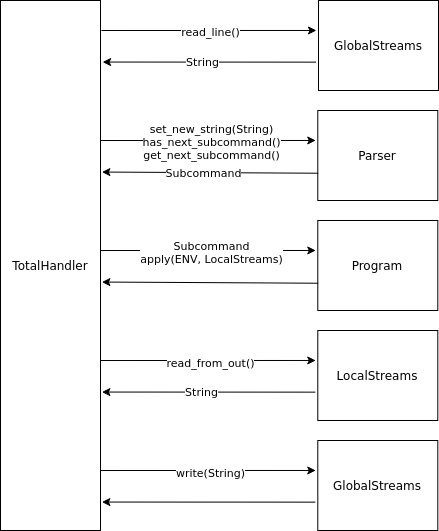
The draw.io diagram bash/diagrams/control_transfer.png in ruthenium96/architecture2022, before a commit. Source tidied: cells renumbered, new cells last; positions are measured from the earlier drawing's top-left corner, leaving out a move shared by most shapes. Source of this version:
```xml
<mxGraphModel>
  <root>
    <mxCell id="0" />
    <mxCell id="1" parent="0" />
    <mxCell id="2" value="TotalHandler" style="rounded=0;whiteSpace=wrap;html=1;" parent="1" vertex="1">
      <mxGeometry width="100" height="530" as="geometry" />
    </mxCell>
    <mxCell id="3" value="GlobalStreams" style="rounded=0;whiteSpace=wrap;html=1;" parent="1" vertex="1">
      <mxGeometry x="318" width="120" height="90" as="geometry" />
    </mxCell>
    <mxCell id="4" style="endArrow=classic;html=1;entryX=-0.017;entryY=0.333;entryDx=0;entryDy=0;entryPerimeter=0;" parent="1" edge="1" target="3">
      <mxGeometry relative="1" as="geometry">
        <mxPoint x="101" y="30" as="sourcePoint" />
      </mxGeometry>
    </mxCell>
    <mxCell id="5" value="read_line()" style="edgeLabel;html=1;align=center;verticalAlign=middle;" parent="4" vertex="1">
      <mxGeometry x="-0.4" y="-2" relative="1" as="geometry">
        <mxPoint x="44" as="offset" />
      </mxGeometry>
    </mxCell>
    <mxCell id="6" style="endArrow=classic;html=1;entryX=1.021;entryY=0.212;entryDx=0;entryDy=0;entryPerimeter=0;exitX=-0.02;exitY=0.685;exitDx=0;exitDy=0;exitPerimeter=0;" parent="1" edge="1" source="3">
      <mxGeometry relative="1" as="geometry">
        <mxPoint x="102.1" y="61.6" as="targetPoint" />
      </mxGeometry>
    </mxCell>
    <mxCell id="7" value="String" style="edgeLabel;html=1;align=center;verticalAlign=middle;" parent="6" vertex="1">
      <mxGeometry x="0.07" relative="1" as="geometry" />
    </mxCell>
    <mxCell id="8" value="Parser" style="rounded=0;whiteSpace=wrap;html=1;" parent="1" vertex="1">
      <mxGeometry x="317.3" y="110" width="120" height="90" as="geometry" />
    </mxCell>
    <mxCell id="9" style="endArrow=classic;html=1;exitX=1.007;exitY=0.079;exitDx=0;exitDy=0;exitPerimeter=0;entryX=-0.017;entryY=0.333;entryDx=0;entryDy=0;entryPerimeter=0;" parent="1" edge="1" target="8">
      <mxGeometry relative="1" as="geometry">
        <mxPoint x="100" y="140" as="sourcePoint" />
      </mxGeometry>
    </mxCell>
    <mxCell id="10" value="&lt;br&gt;" style="edgeLabel;html=1;align=center;verticalAlign=middle;" parent="9" vertex="1">
      <mxGeometry x="-0.61" y="-3" relative="1" as="geometry" />
    </mxCell>
    <mxCell id="11" value="set_new_string(String)&lt;br&gt;has_next_subcommand()&lt;br&gt;get_next_subcommand()" style="edgeLabel;html=1;align=center;verticalAlign=middle;" parent="9" vertex="1">
      <mxGeometry x="0.19" y="-2" relative="1" as="geometry">
        <mxPoint x="-18" as="offset" />
      </mxGeometry>
    </mxCell>
    <mxCell id="12" style="endArrow=classic;html=1;entryX=1.021;entryY=0.212;entryDx=0;entryDy=0;entryPerimeter=0;exitX=0.003;exitY=0.697;exitDx=0;exitDy=0;exitPerimeter=0;" parent="1" edge="1" source="8">
      <mxGeometry relative="1" as="geometry">
        <mxPoint x="101.4" y="171.6" as="targetPoint" />
      </mxGeometry>
    </mxCell>
    <mxCell id="13" value="Subcommand" style="edgeLabel;html=1;align=center;verticalAlign=middle;" parent="12" vertex="1">
      <mxGeometry x="0.07" relative="1" as="geometry">
        <mxPoint x="1" as="offset" />
      </mxGeometry>
    </mxCell>
    <mxCell id="14" value="Program" style="rounded=0;whiteSpace=wrap;html=1;" parent="1" vertex="1">
      <mxGeometry x="317.3" y="220" width="120" height="90" as="geometry" />
    </mxCell>
    <mxCell id="15" style="endArrow=classic;html=1;exitX=1.007;exitY=0.079;exitDx=0;exitDy=0;exitPerimeter=0;entryX=-0.017;entryY=0.333;entryDx=0;entryDy=0;entryPerimeter=0;" parent="1" edge="1" target="14">
      <mxGeometry relative="1" as="geometry">
        <mxPoint x="100" y="250" as="sourcePoint" />
      </mxGeometry>
    </mxCell>
    <mxCell id="16" value="&lt;br&gt;" style="edgeLabel;html=1;align=center;verticalAlign=middle;" parent="15" vertex="1">
      <mxGeometry x="-0.61" y="-3" relative="1" as="geometry" />
    </mxCell>
    <mxCell id="17" value="Subcommand&lt;br&gt;apply(ENV, LocalStreams)" style="edgeLabel;html=1;align=center;verticalAlign=middle;" parent="15" vertex="1">
      <mxGeometry x="0.19" y="-2" relative="1" as="geometry">
        <mxPoint x="-18" as="offset" />
      </mxGeometry>
    </mxCell>
    <mxCell id="18" style="endArrow=classic;html=1;entryX=1.021;entryY=0.212;entryDx=0;entryDy=0;entryPerimeter=0;exitX=0.003;exitY=0.697;exitDx=0;exitDy=0;exitPerimeter=0;" parent="1" edge="1" source="14">
      <mxGeometry relative="1" as="geometry">
        <mxPoint x="101.4" y="281.6" as="targetPoint" />
      </mxGeometry>
    </mxCell>
    <mxCell id="19" value="LocalStreams" style="rounded=0;whiteSpace=wrap;html=1;" parent="1" vertex="1">
      <mxGeometry x="317.3" y="330" width="120" height="90" as="geometry" />
    </mxCell>
    <mxCell id="20" style="endArrow=classic;html=1;exitX=1.007;exitY=0.079;exitDx=0;exitDy=0;exitPerimeter=0;entryX=-0.017;entryY=0.333;entryDx=0;entryDy=0;entryPerimeter=0;" parent="1" edge="1" target="19">
      <mxGeometry relative="1" as="geometry">
        <mxPoint x="100" y="360" as="sourcePoint" />
      </mxGeometry>
    </mxCell>
    <mxCell id="21" value="read_from_out()" style="edgeLabel;html=1;align=center;verticalAlign=middle;" parent="20" vertex="1">
      <mxGeometry x="-0.4" y="-2" relative="1" as="geometry">
        <mxPoint x="44" as="offset" />
      </mxGeometry>
    </mxCell>
    <mxCell id="22" style="endArrow=classic;html=1;entryX=1.021;entryY=0.212;entryDx=0;entryDy=0;entryPerimeter=0;exitX=-0.02;exitY=0.685;exitDx=0;exitDy=0;exitPerimeter=0;" parent="1" edge="1" source="19">
      <mxGeometry relative="1" as="geometry">
        <mxPoint x="101.4" y="391.6" as="targetPoint" />
      </mxGeometry>
    </mxCell>
    <mxCell id="23" value="String" style="edgeLabel;html=1;align=center;verticalAlign=middle;" parent="22" vertex="1">
      <mxGeometry x="0.07" relative="1" as="geometry" />
    </mxCell>
    <mxCell id="24" value="GlobalStreams" style="rounded=0;whiteSpace=wrap;html=1;" parent="1" vertex="1">
      <mxGeometry x="317.3" y="440" width="120" height="90" as="geometry" />
    </mxCell>
    <mxCell id="25" style="endArrow=classic;html=1;exitX=1.007;exitY=0.079;exitDx=0;exitDy=0;exitPerimeter=0;entryX=-0.017;entryY=0.333;entryDx=0;entryDy=0;entryPerimeter=0;" parent="1" edge="1" target="24">
      <mxGeometry relative="1" as="geometry">
        <mxPoint x="100" y="470" as="sourcePoint" />
      </mxGeometry>
    </mxCell>
    <mxCell id="26" value="write(String)" style="edgeLabel;html=1;align=center;verticalAlign=middle;" parent="25" vertex="1">
      <mxGeometry x="-0.4" y="-2" relative="1" as="geometry">
        <mxPoint x="44" as="offset" />
      </mxGeometry>
    </mxCell>
    <mxCell id="27" style="endArrow=classic;html=1;entryX=1.021;entryY=0.212;entryDx=0;entryDy=0;entryPerimeter=0;exitX=-0.02;exitY=0.685;exitDx=0;exitDy=0;exitPerimeter=0;" parent="1" edge="1" source="24">
      <mxGeometry relative="1" as="geometry">
        <mxPoint x="101.4" y="501.6" as="targetPoint" />
      </mxGeometry>
    </mxCell>
  </root>
</mxGraphModel>
```
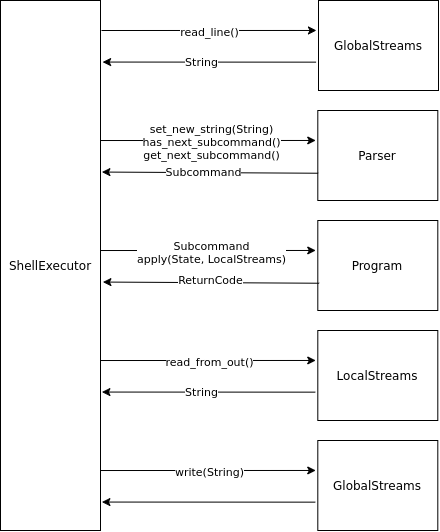
The same file after the commit.

Commit message:
Update control transfer diagram.

Change to the diagram source:
```diff
@@ -2,7 +2,7 @@
   <root>
     <mxCell id="0" />
     <mxCell id="1" parent="0" />
-    <mxCell id="2" value="TotalHandler" style="rounded=0;whiteSpace=wrap;html=1;" parent="1" vertex="1">
+    <mxCell id="2" value="ShellExecutor" style="rounded=0;whiteSpace=wrap;html=1;" parent="1" vertex="1">
       <mxGeometry width="100" height="530" as="geometry" />
     </mxCell>
     <mxCell id="3" value="GlobalStreams" style="rounded=0;whiteSpace=wrap;html=1;" parent="1" vertex="1">
@@ -63,16 +63,22 @@
     <mxCell id="16" value="&lt;br&gt;" style="edgeLabel;html=1;align=center;verticalAlign=middle;" parent="15" vertex="1">
       <mxGeometry x="-0.61" y="-3" relative="1" as="geometry" />
     </mxCell>
-    <mxCell id="17" value="Subcommand&lt;br&gt;apply(ENV, LocalStreams)" style="edgeLabel;html=1;align=center;verticalAlign=middle;" parent="15" vertex="1">
+    <mxCell id="17" value="Subcommand&lt;br&gt;apply(State, LocalStreams)" style="edgeLabel;html=1;align=center;verticalAlign=middle;" parent="15" vertex="1">
       <mxGeometry x="0.19" y="-2" relative="1" as="geometry">
         <mxPoint x="-18" as="offset" />
       </mxGeometry>
     </mxCell>
-    <mxCell id="18" style="endArrow=classic;html=1;entryX=1.021;entryY=0.212;entryDx=0;entryDy=0;entryPerimeter=0;exitX=0.003;exitY=0.697;exitDx=0;exitDy=0;exitPerimeter=0;" parent="1" edge="1" source="14">
+    <mxCell id="18" style="endArrow=classic;html=1;entryX=1.021;entryY=0.212;entryDx=0;entryDy=0;entryPerimeter=0;exitX=0.003;exitY=0.697;exitDx=0;exitDy=0;exitPerimeter=0;" parent="1" edge="1">
       <mxGeometry relative="1" as="geometry">
-        <mxPoint x="101.4" y="281.6" as="targetPoint" />
+        <mxPoint x="318.7" y="282.7" as="sourcePoint" />
+        <mxPoint x="102.4" y="281.6" as="targetPoint" />
       </mxGeometry>
     </mxCell>
+    <mxCell id="28" value="ReturnCode" style="edgeLabel;html=1;align=center;verticalAlign=middle;" parent="18" vertex="1">
+      <mxGeometry x="0.17" y="-2" relative="1" as="geometry">
+        <mxPoint x="18" as="offset" />
+      </mxGeometry>
+    </mxCell>
     <mxCell id="19" value="LocalStreams" style="rounded=0;whiteSpace=wrap;html=1;" parent="1" vertex="1">
       <mxGeometry x="317.3" y="330" width="120" height="90" as="geometry" />
     </mxCell>
```
